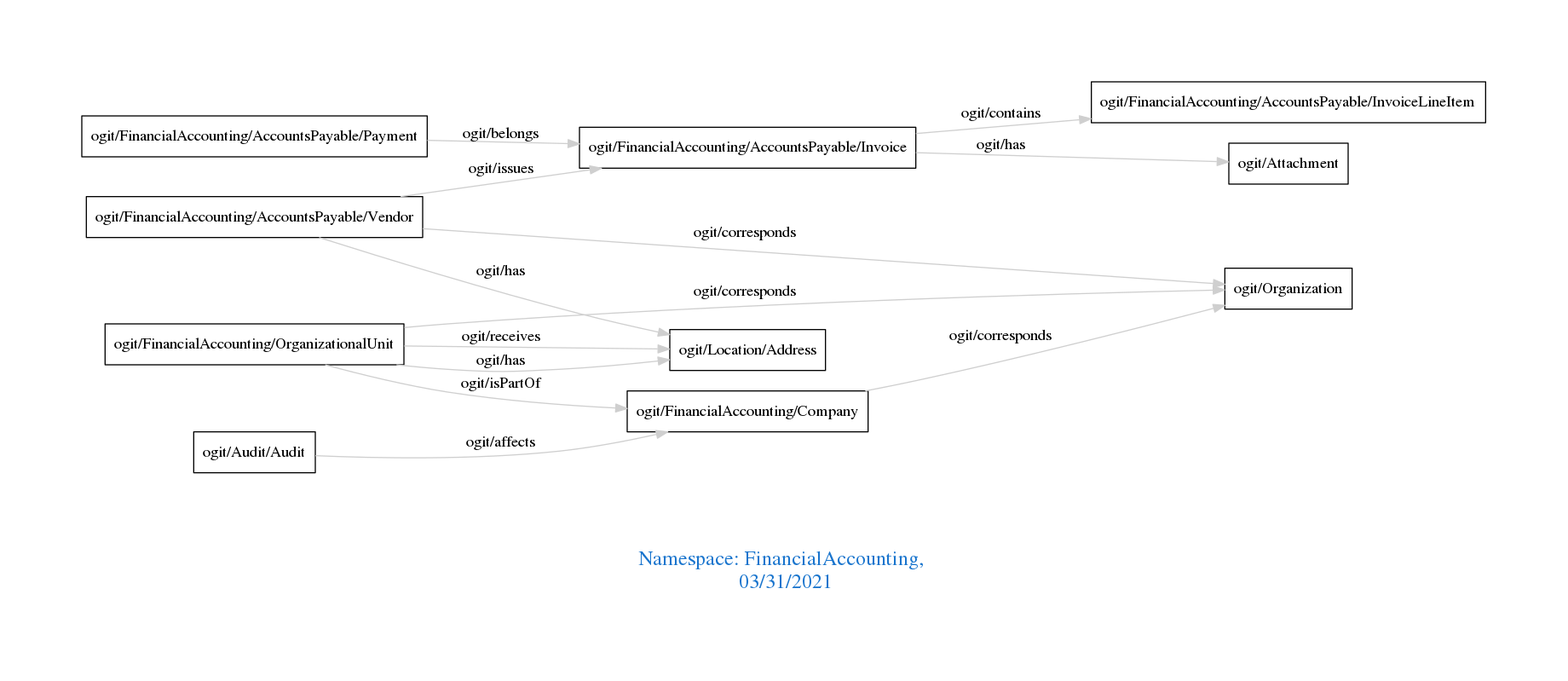
Earlier version of the Graphviz export downloads/FinancialAccounting.png (arago/OGIT). Its source is kept beside it as downloads/FinancialAccounting.dot.
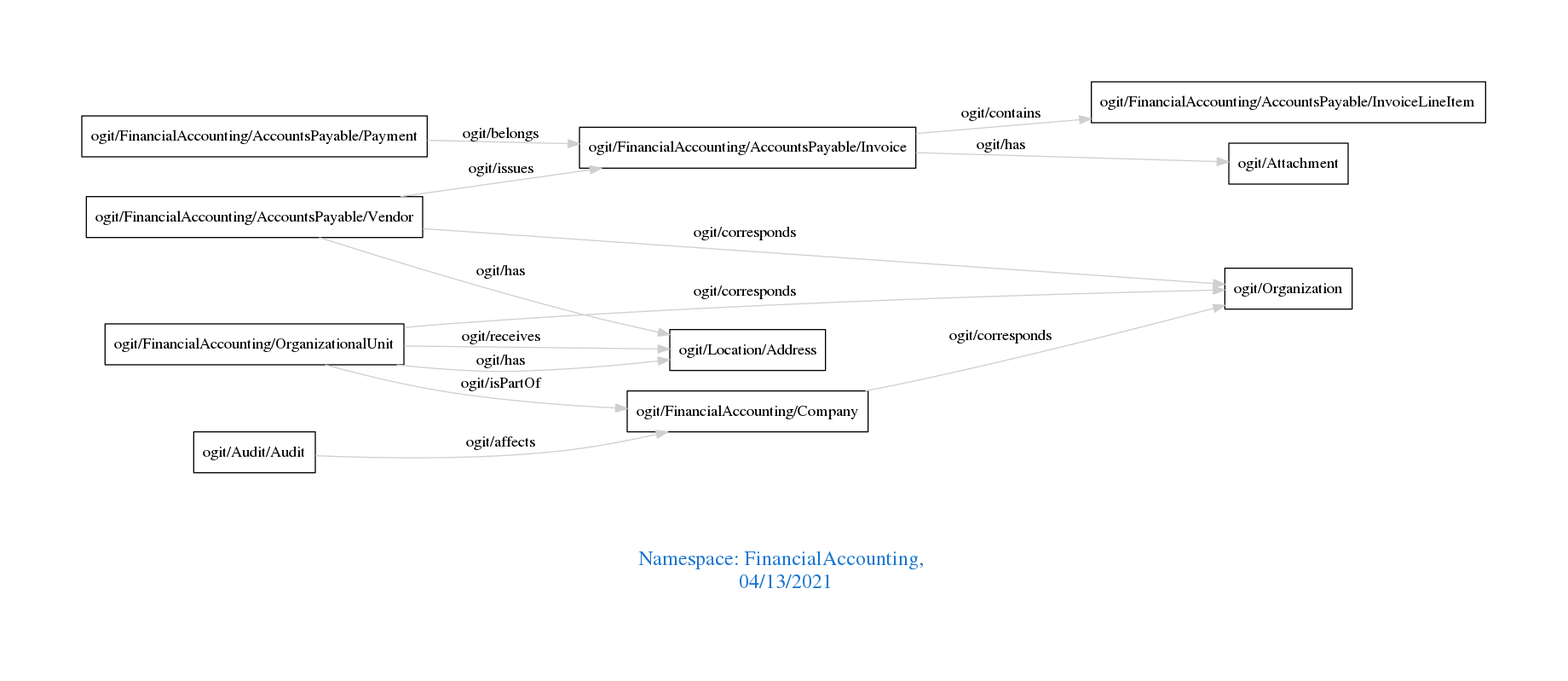
Above is the later version.

Change to the diagram source:
```diff
@@ -1,7 +1,7 @@
 digraph OGIT_ontology {
  graph [ rankdir= LR,pad=1
 fontsize = 18,
-fontcolor= dodgerblue3,label = "\n\n\nNamespace: FinancialAccounting, \n 03/31/2021"];
+fontcolor= dodgerblue3,label = "\n\n\nNamespace: FinancialAccounting, \n 04/13/2021"];
 node[shape=polygon];
 edge [  color="gray81"];
 
```
